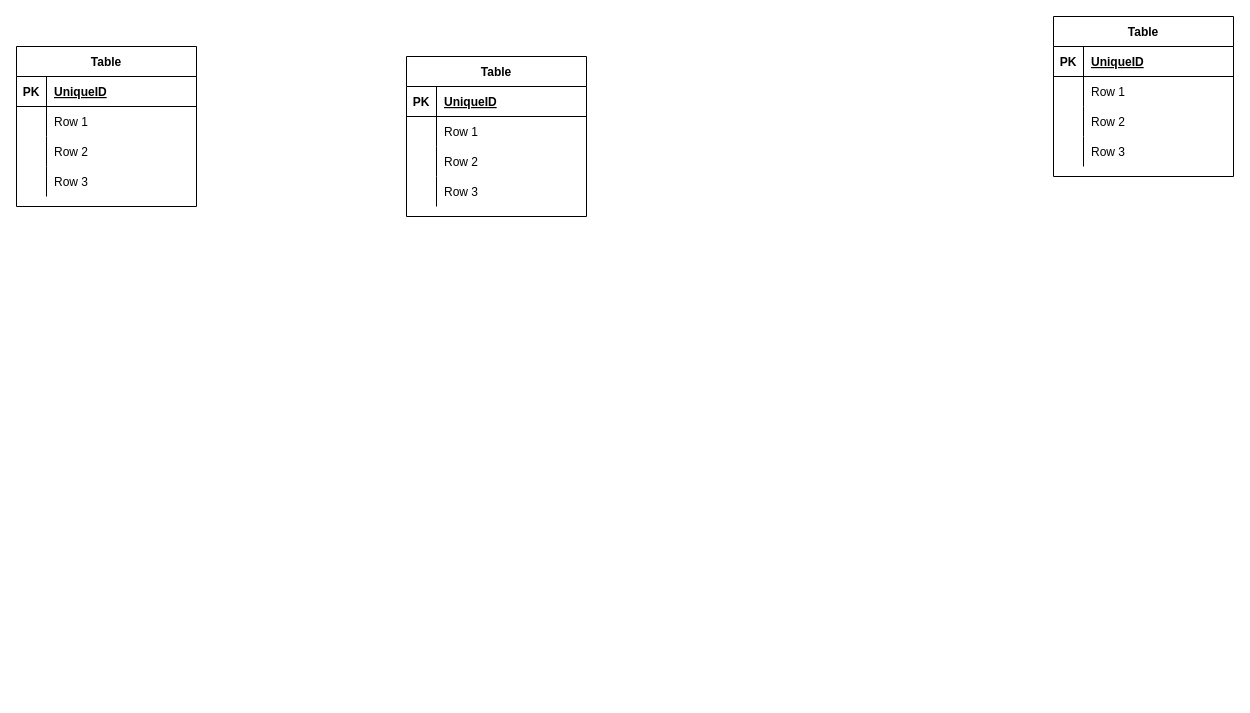
Before: Untitled Diagram.drawio in moonjulee4327/TIL, a draw.io diagram. Source tidied: cells renumbered, new cells numbered last; positions are measured from the earlier drawing's top-left corner, leaving out a move shared by most shapes. Both pictures are drawn from the tidied source at 100%, with x=0, y=0 at pixel (16, 16).
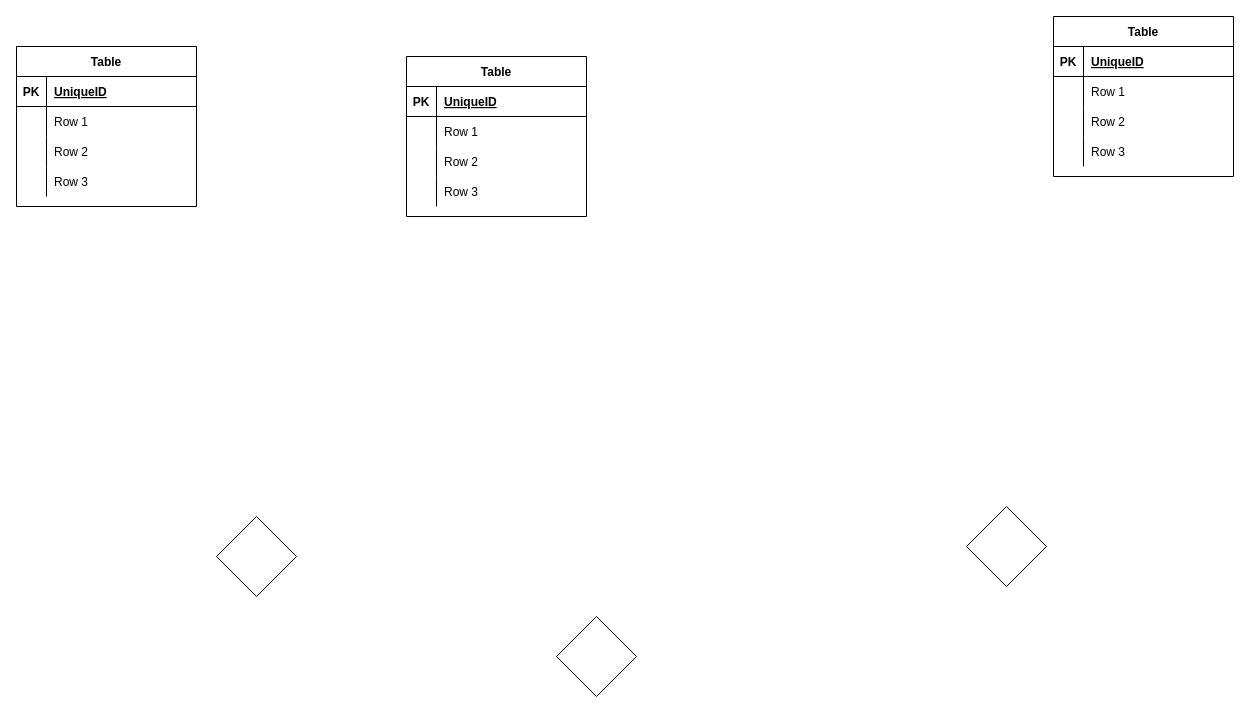
The same page after the edit.

The edit, as a diff of the source:
```diff
@@
+    <mxCell id="41" style="rhombus;whiteSpace=wrap;html=1;" parent="1" vertex="1">
+      <mxGeometry x="540" y="600" width="80" height="80" as="geometry" />
+    </mxCell>
+    <mxCell id="42" style="rhombus;whiteSpace=wrap;html=1;" parent="1" vertex="1">
+      <mxGeometry x="200" y="500" width="80" height="80" as="geometry" />
+    </mxCell>
+    <mxCell id="43" style="rhombus;whiteSpace=wrap;html=1;" parent="1" vertex="1">
+      <mxGeometry x="950" y="490" width="80" height="80" as="geometry" />
+    </mxCell>
```
